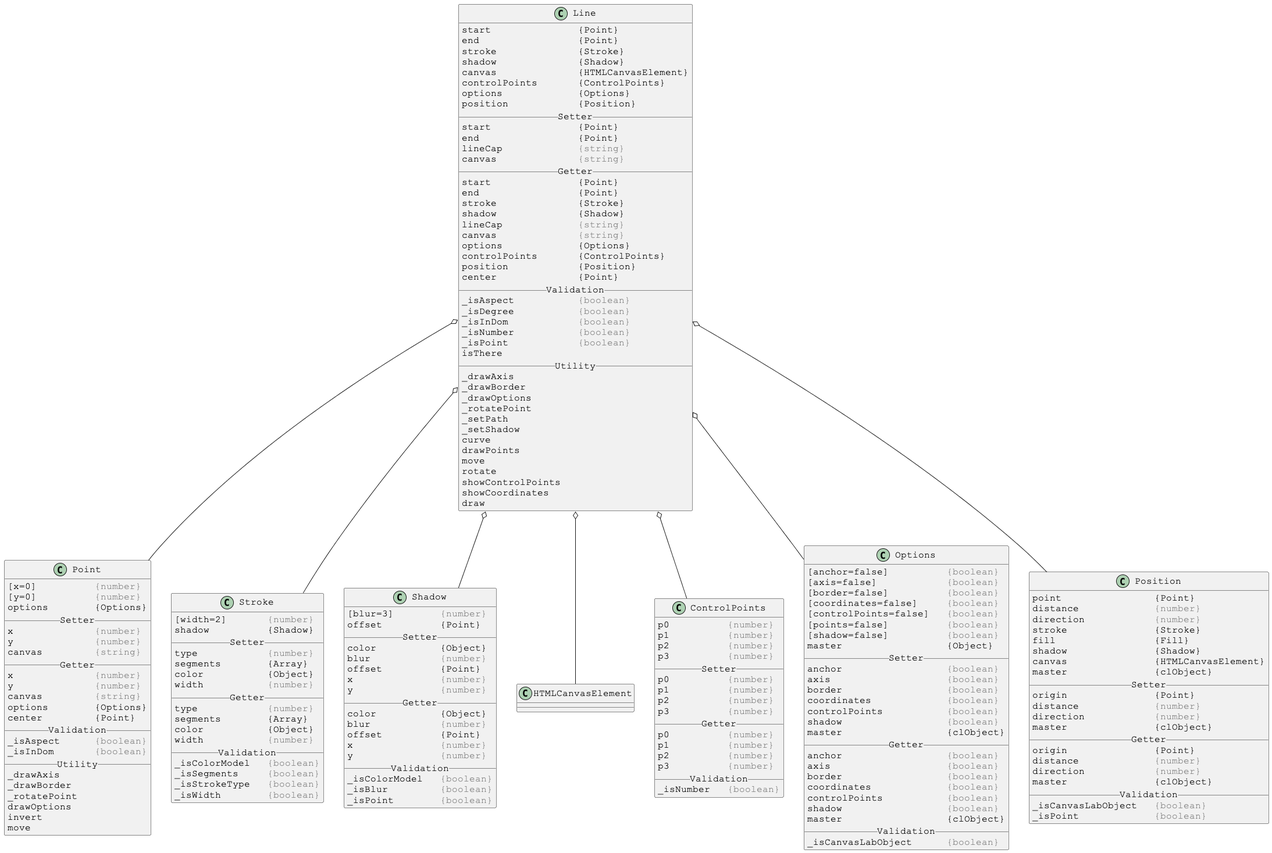
The PlantUML diagram docs/PlantUml/image/linked/Line-linked.png in Justin-Byrne/canvasLab, before a commit. Its diagram source:
```plantuml
@startuml

skinparam DefaultFontSize 16
skinparam DefaultFontName Courier New

class Line {
start               {Point}
end                 {Point}
stroke              {Stroke}
shadow              {Shadow}
canvas              {HTMLCanvasElement}
controlPoints       {ControlPoints}
options             {Options}
position            {Position}
__ Setter __
start               {Point}
end                 {Point}
lineCap             <color:gray>{string}</color>
canvas              <color:gray>{string}</color>
__ Getter __
start               {Point}
end                 {Point}
stroke              {Stroke}
shadow              {Shadow}
lineCap             <color:gray>{string}</color>
canvas              <color:gray>{string}</color>
options             {Options}
controlPoints       {ControlPoints}
position            {Position}
center              {Point}
__ Validation __
_isAspect           <color:gray>{boolean}</color>
_isDegree           <color:gray>{boolean}</color>
_isInDom            <color:gray>{boolean}</color>
_isNumber           <color:gray>{boolean}</color>
_isPoint            <color:gray>{boolean}</color>
isThere
__ Utility __
_drawAxis
_drawBorder
_drawOptions
_rotatePoint
_setPath
_setShadow
curve
drawPoints
move
rotate
showControlPoints
showCoordinates
draw
}

Line o-- Point
Line o-- Stroke
Line o-- Shadow
Line o-- HTMLCanvasElement
Line o-- ControlPoints
Line o-- Options
Line o-- Position



skinparam DefaultFontSize 16
skinparam DefaultFontName Courier New

class Point {
[x=0]          <color:gray>{number}</color>
[y=0]          <color:gray>{number}</color>
options        {Options}
__ Setter __
x              <color:gray>{number}</color>
y              <color:gray>{number}</color>
canvas         <color:gray>{string}</color>
__ Getter __
x              <color:gray>{number}</color>
y              <color:gray>{number}</color>
canvas         <color:gray>{string}</color>
options        {Options}
center         {Point}
__ Validation __
_isAspect      <color:gray>{boolean}</color>
_isInDom       <color:gray>{boolean}</color>
__ Utility __
_drawAxis
_drawBorder
_rotatePoint
drawOptions
invert
move
}



skinparam DefaultFontSize 16
skinparam DefaultFontName Courier New

class Stroke {
[width=2]       <color:gray>{number}</color>
shadow          {Shadow}
__ Setter __
type            <color:gray>{number}</color>
segments        {Array}
color           {Object}
width           <color:gray>{number}</color>
__ Getter __
type            <color:gray>{number}</color>
segments        {Array}
color           {Object}
width           <color:gray>{number}</color>
__ Validation __
_isColorModel   <color:gray>{boolean}</color>
_isSegments     <color:gray>{boolean}</color>
_isStrokeType   <color:gray>{boolean}</color>
_isWidth        <color:gray>{boolean}</color>
}



skinparam DefaultFontSize 16
skinparam DefaultFontName Courier New

class Shadow {
[blur=3]        <color:gray>{number}</color>
offset          {Point}
__ Setter __
color           {Object}
blur            <color:gray>{number}</color>
offset          {Point}
x               <color:gray>{number}</color>
y               <color:gray>{number}</color>
__ Getter __
color           {Object}
blur            <color:gray>{number}</color>
offset          {Point}
x               <color:gray>{number}</color>
y               <color:gray>{number}</color>
__ Validation __
_isColorModel   <color:gray>{boolean}</color>
_isBlur         <color:gray>{boolean}</color>
_isPoint        <color:gray>{boolean}</color>
}



skinparam DefaultFontSize 16
skinparam DefaultFontName Courier New

class ControlPoints {
p0          <color:gray>{number}</color>
p1          <color:gray>{number}</color>
p2          <color:gray>{number}</color>
p3          <color:gray>{number}</color>
__ Setter __
p0          <color:gray>{number}</color>
p1          <color:gray>{number}</color>
p2          <color:gray>{number}</color>
p3          <color:gray>{number}</color>
__ Getter __
p0          <color:gray>{number}</color>
p1          <color:gray>{number}</color>
p2          <color:gray>{number}</color>
p3          <color:gray>{number}</color>
__ Validation __
_isNumber   <color:gray>{boolean}</color>
}



skinparam DefaultFontSize 16
skinparam DefaultFontName Courier New

class Options {
[anchor=false]          <color:gray>{boolean}</color>
[axis=false]            <color:gray>{boolean}</color>
[border=false]          <color:gray>{boolean}</color>
[coordinates=false]     <color:gray>{boolean}</color>
[controlPoints=false]   <color:gray>{boolean}</color>
[points=false]          <color:gray>{boolean}</color>
[shadow=false]          <color:gray>{boolean}</color>
master                  {Object}
__ Setter __
anchor                  <color:gray>{boolean}</color>
axis                    <color:gray>{boolean}</color>
border                  <color:gray>{boolean}</color>
coordinates             <color:gray>{boolean}</color>
controlPoints           <color:gray>{boolean}</color>
shadow                  <color:gray>{boolean}</color>
master                  {clObject}
__ Getter __
anchor                  <color:gray>{boolean}</color>
axis                    <color:gray>{boolean}</color>
border                  <color:gray>{boolean}</color>
coordinates             <color:gray>{boolean}</color>
controlPoints           <color:gray>{boolean}</color>
shadow                  <color:gray>{boolean}</color>
master                  {clObject}
__ Validation __
_isCanvasLabObject      <color:gray>{boolean}</color>
}



skinparam DefaultFontSize 16
skinparam DefaultFontName Courier New

class Position {
point                {Point}
distance             <color:gray>{number}</color>
direction            <color:gray>{number}</color>
stroke               {Stroke}
fill                 {Fill}
shadow               {Shadow}
canvas               {HTMLCanvasElement}
master               {clObject}
__ Setter __
origin               {Point}
distance             <color:gray>{number}</color>
direction            <color:gray>{number}</color>
master               {clObject}
__ Getter __
origin               {Point}
distance             <color:gray>{number}</color>
direction            <color:gray>{number}</color>
master               {clObject}
__ Validation __
_isCanvasLabObject   <color:gray>{boolean}</color>
_isPoint             <color:gray>{boolean}</color>
}

@enduml
```
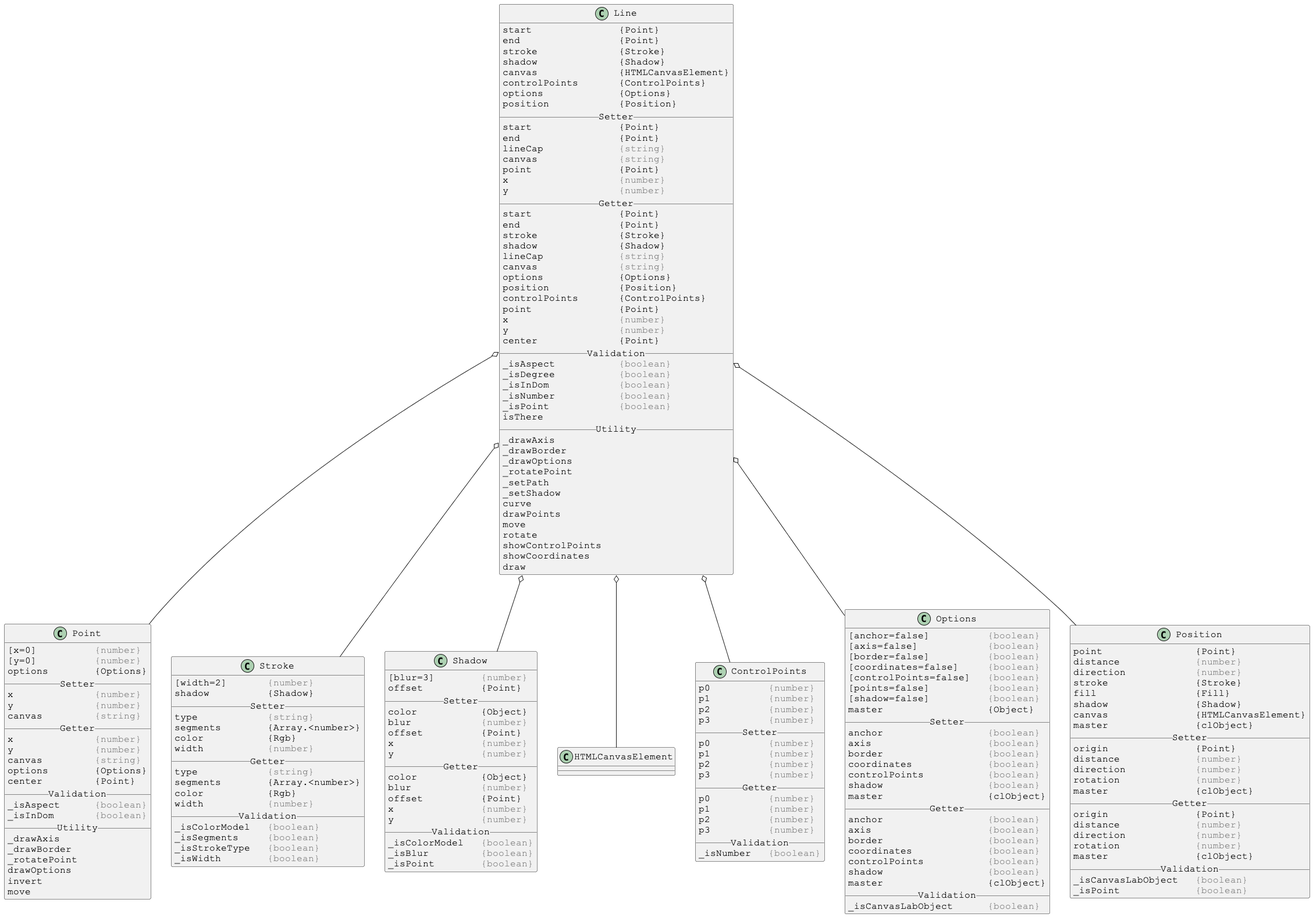
The same diagram one commit later.

The edit, as a diff of the source:
```diff
@@ -17,6 +17,9 @@
 end                 {Point}
 lineCap             <color:gray>{string}</color>
 canvas              <color:gray>{string}</color>
+point               {Point}
+x                   <color:gray>{number}</color>
+y                   <color:gray>{number}</color>
 __ Getter __
 start               {Point}
 end                 {Point}
@@ -25,8 +28,11 @@
 lineCap             <color:gray>{string}</color>
 canvas              <color:gray>{string}</color>
 options             {Options}
+position            {Position}
 controlPoints       {ControlPoints}
-position            {Position}
+point               {Point}
+x                   <color:gray>{number}</color>
+y                   <color:gray>{number}</color>
 center              {Point}
 __ Validation __
 _isAspect           <color:gray>{boolean}</color>
@@ -99,14 +105,14 @@
 [width=2]       <color:gray>{number}</color>
 shadow          {Shadow}
 __ Setter __
-type            <color:gray>{number}</color>
-segments        {Array}
-color           {Object}
+type            <color:gray>{string}</color>
+segments        {Array.<number>}
+color           {Rgb}
 width           <color:gray>{number}</color>
 __ Getter __
-type            <color:gray>{number}</color>
-segments        {Array}
-color           {Object}
+type            <color:gray>{string}</color>
+segments        {Array.<number>}
+color           {Rgb}
 width           <color:gray>{number}</color>
 __ Validation __
 _isColorModel   <color:gray>{boolean}</color>
@@ -217,11 +223,13 @@
 origin               {Point}
 distance             <color:gray>{number}</color>
 direction            <color:gray>{number}</color>
+rotation             <color:gray>{number}</color>
 master               {clObject}
 __ Getter __
 origin               {Point}
 distance             <color:gray>{number}</color>
 direction            <color:gray>{number}</color>
+rotation             <color:gray>{number}</color>
 master               {clObject}
 __ Validation __
 _isCanvasLabObject   <color:gray>{boolean}</color>
```
